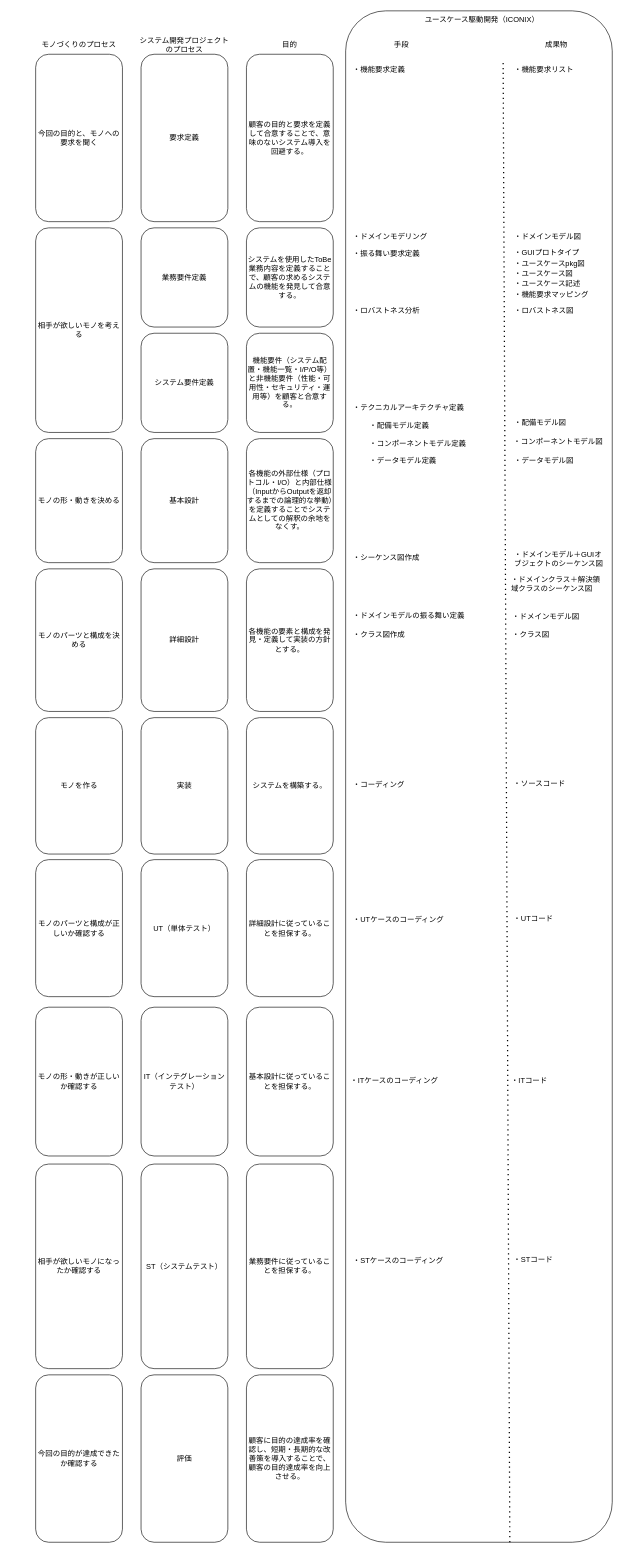
The draw.io diagram picture/dev-process.drawio in sasachichito/knowledge, before the edit. Source tidied: cells renumbered, new cells numbered last; positions are measured from the earlier drawing's top-left corner, leaving out a move shared by most shapes. Both pictures are drawn from the tidied source at 62%, with x=0, y=0 at pixel (11, 11).
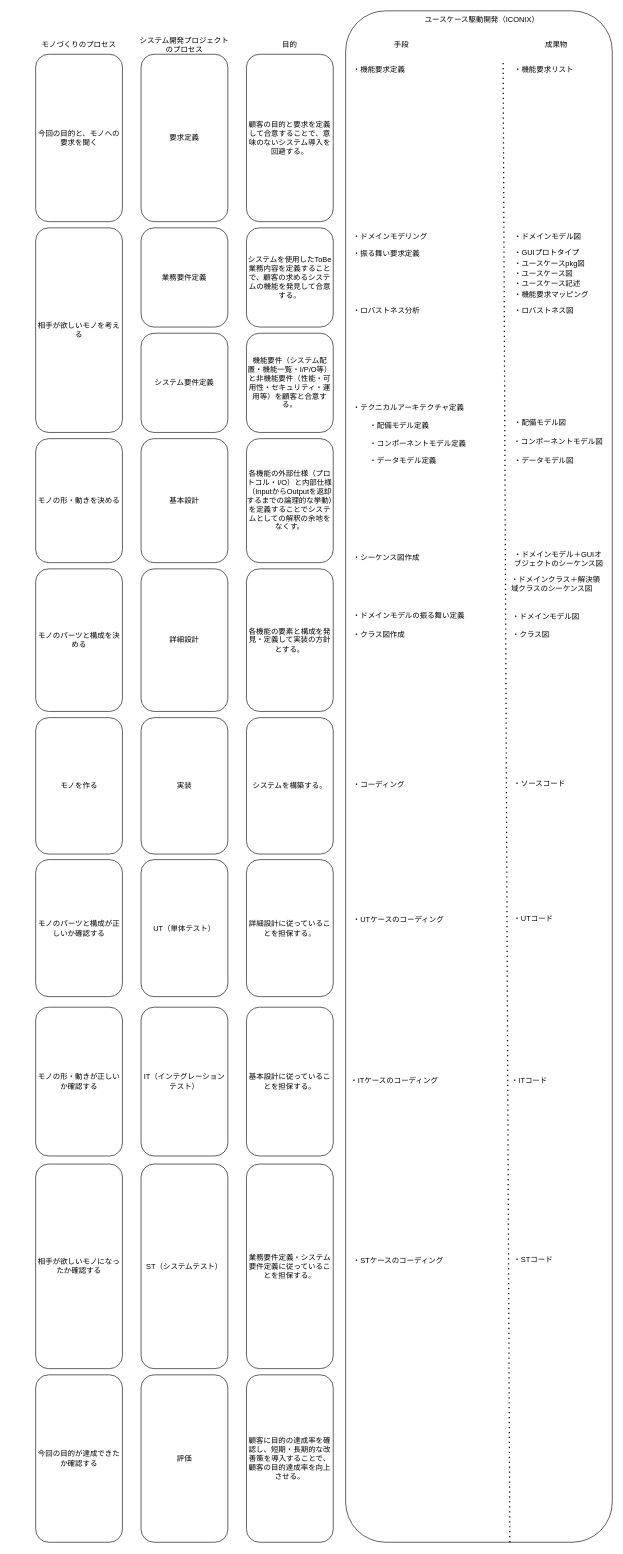
After the change.

What changed in the source:
```diff
@@
-    <mxCell id="32" value="業務要件に従っていることを担保する。" style="rounded=1;whiteSpace=wrap;html=1;" parent="1" vertex="1">
+    <mxCell id="32" value="業務要件定義・システム要件定義に従っていることを担保する。" style="rounded=1;whiteSpace=wrap;html=1;" parent="1" vertex="1">
       <mxGeometry x="380" y="1860" width="140" height="330" as="geometry" />
     </mxCell>
```
